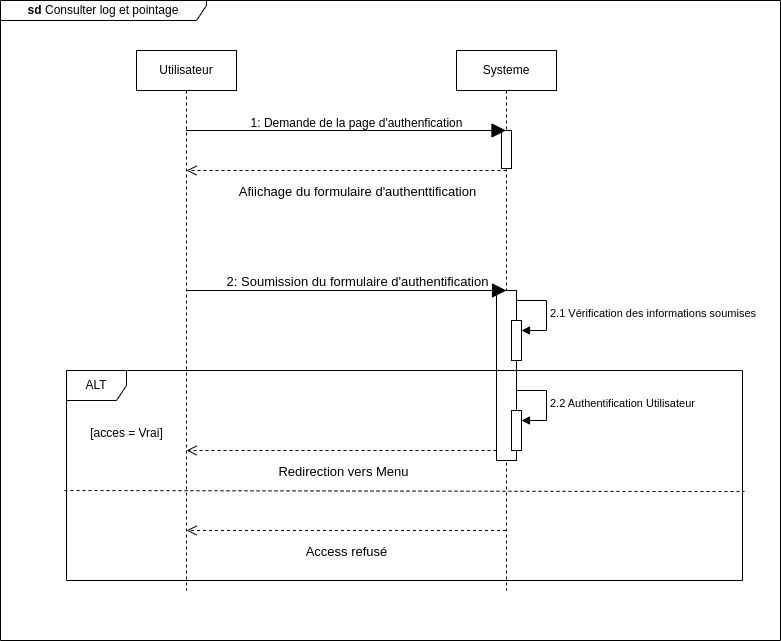
This is static/Diagramme de sequence consulter log et rapport .drawio.png from Siluearsene/borne_biometrique, a draw.io export, as it was before one commit. Source tidied: cells renumbered, new cells last; positions are measured from the earlier drawing's top-left corner, leaving out a move shared by most shapes. The source it was exported from:
```xml
<mxGraphModel>
  <root>
    <mxCell id="0" />
    <mxCell id="1" parent="0" />
    <mxCell id="2" value="&lt;b&gt;sd&lt;/b&gt;&amp;nbsp;Consulter log et pointage" style="shape=umlFrame;whiteSpace=wrap;html=1;width=206;height=20;rounded=0;" parent="1" vertex="1">
      <mxGeometry width="780" height="640" as="geometry" />
    </mxCell>
    <mxCell id="3" value="Utilisateur" style="shape=umlLifeline;perimeter=lifelinePerimeter;whiteSpace=wrap;html=1;newEdgeStyle={&quot;edgeStyle&quot;:&quot;elbowEdgeStyle&quot;,&quot;elbow&quot;:&quot;vertical&quot;,&quot;curved&quot;:0,&quot;rounded&quot;:0};rounded=0;" parent="1" vertex="1">
      <mxGeometry x="136" y="50" width="100" height="540" as="geometry" />
    </mxCell>
    <mxCell id="4" value="Systeme" style="shape=umlLifeline;perimeter=lifelinePerimeter;whiteSpace=wrap;html=1;outlineConnect=0;portConstraint=eastwest;newEdgeStyle={&quot;edgeStyle&quot;:&quot;elbowEdgeStyle&quot;,&quot;elbow&quot;:&quot;vertical&quot;,&quot;curved&quot;:0,&quot;rounded&quot;:0};rounded=0;" parent="1" vertex="1">
      <mxGeometry x="456" y="50" width="100" height="540" as="geometry" />
    </mxCell>
    <mxCell id="5" style="html=1;perimeter=orthogonalPerimeter;targetShapes=umlLifeline;newEdgeStyle={&quot;edgeStyle&quot;:&quot;elbowEdgeStyle&quot;,&quot;elbow&quot;:&quot;vertical&quot;,&quot;curved&quot;:0,&quot;rounded&quot;:0};rounded=0;" parent="4" vertex="1">
      <mxGeometry x="45" y="80" width="10" height="38" as="geometry" />
    </mxCell>
    <mxCell id="6" style="html=1;perimeter=orthogonalPerimeter;targetShapes=umlLifeline;newEdgeStyle={&quot;edgeStyle&quot;:&quot;elbowEdgeStyle&quot;,&quot;elbow&quot;:&quot;vertical&quot;,&quot;curved&quot;:0,&quot;rounded&quot;:0};rounded=0;" parent="4" vertex="1">
      <mxGeometry x="40" y="240" width="20" height="170" as="geometry" />
    </mxCell>
    <mxCell id="7" style="html=1;points=[];perimeter=orthogonalPerimeter;outlineConnect=0;targetShapes=umlLifeline;portConstraint=eastwest;newEdgeStyle={&quot;edgeStyle&quot;:&quot;elbowEdgeStyle&quot;,&quot;elbow&quot;:&quot;vertical&quot;,&quot;curved&quot;:0,&quot;rounded&quot;:0};" parent="4" vertex="1">
      <mxGeometry x="55" y="270" width="10" height="40" as="geometry" />
    </mxCell>
    <mxCell id="8" value="2.1 Vérification des informations soumises" style="html=1;align=left;spacingLeft=2;endArrow=block;rounded=0;edgeStyle=orthogonalEdgeStyle;curved=0;rounded=0;" parent="4" edge="1" target="7">
      <mxGeometry relative="1" as="geometry">
        <mxPoint x="60" y="250" as="sourcePoint" />
        <Array as="points">
          <mxPoint x="90" y="280" />
        </Array>
      </mxGeometry>
    </mxCell>
    <mxCell id="9" style="html=1;points=[];perimeter=orthogonalPerimeter;outlineConnect=0;targetShapes=umlLifeline;portConstraint=eastwest;newEdgeStyle={&quot;edgeStyle&quot;:&quot;elbowEdgeStyle&quot;,&quot;elbow&quot;:&quot;vertical&quot;,&quot;curved&quot;:0,&quot;rounded&quot;:0};" parent="4" vertex="1">
      <mxGeometry x="55" y="360" width="10" height="40" as="geometry" />
    </mxCell>
    <mxCell id="10" value="2.2 Authentification Utilisateur&amp;nbsp;" style="html=1;align=left;spacingLeft=2;endArrow=block;rounded=0;edgeStyle=orthogonalEdgeStyle;curved=0;rounded=0;" parent="4" edge="1" target="9">
      <mxGeometry relative="1" as="geometry">
        <mxPoint x="60" y="340" as="sourcePoint" />
        <Array as="points">
          <mxPoint x="90" y="370" />
        </Array>
      </mxGeometry>
    </mxCell>
    <mxCell id="11" style="endArrow=block;endFill=1;endSize=12;html=1;rounded=0;" parent="1" edge="1">
      <mxGeometry relative="1" as="geometry">
        <mxPoint x="185.5" y="130" as="sourcePoint" />
        <mxPoint x="505.5" y="130" as="targetPoint" />
      </mxGeometry>
    </mxCell>
    <mxCell id="12" style="endArrow=block;endFill=1;endSize=12;html=1;rounded=0;" parent="1" edge="1">
      <mxGeometry relative="1" as="geometry">
        <mxPoint x="186" y="290" as="sourcePoint" />
        <mxPoint x="506" y="290" as="targetPoint" />
      </mxGeometry>
    </mxCell>
    <mxCell id="13" value="&lt;font style=&quot;font-size: 13px;&quot;&gt;2: Soumission du formulaire d'authentification&lt;/font&gt;" style="edgeLabel;html=1;align=center;verticalAlign=middle;rounded=0;" parent="12" vertex="1">
      <mxGeometry x="-0.51" y="2" relative="1" as="geometry">
        <mxPoint x="91" y="-8" as="offset" />
      </mxGeometry>
    </mxCell>
    <mxCell id="14" value="1: Demande de la page d'authenfication" style="text;html=1;align=center;verticalAlign=middle;strokeColor=none;fillColor=none;rounded=0;" parent="1" vertex="1">
      <mxGeometry x="236" y="108" width="240" height="30" as="geometry" />
    </mxCell>
    <mxCell id="15" style="html=1;verticalAlign=bottom;endArrow=open;dashed=1;endSize=8;edgeStyle=elbowEdgeStyle;elbow=vertical;curved=0;rounded=0;" parent="1" edge="1">
      <mxGeometry relative="1" as="geometry">
        <mxPoint x="506" y="170" as="sourcePoint" />
        <mxPoint x="186" y="170" as="targetPoint" />
        <Array as="points">
          <mxPoint x="342.5" y="170" />
        </Array>
      </mxGeometry>
    </mxCell>
    <mxCell id="16" value="&lt;font style=&quot;font-size: 13px;&quot;&gt;Afiichage du formulaire d'authenttification&lt;/font&gt;" style="edgeLabel;html=1;align=center;verticalAlign=middle;rounded=0;" parent="15" vertex="1">
      <mxGeometry x="0.12" y="1" relative="1" as="geometry">
        <mxPoint x="29" y="19" as="offset" />
      </mxGeometry>
    </mxCell>
    <mxCell id="17" value="ALT" style="shape=umlFrame;whiteSpace=wrap;html=1;" parent="1" vertex="1">
      <mxGeometry x="66" y="370" width="676" height="210" as="geometry" />
    </mxCell>
    <mxCell id="18" value="[acces = Vrai]" style="text;html=1;align=center;verticalAlign=middle;strokeColor=none;fillColor=none;" parent="1" vertex="1">
      <mxGeometry x="76" y="418" width="100" height="30" as="geometry" />
    </mxCell>
    <mxCell id="19" style="html=1;verticalAlign=bottom;endArrow=open;dashed=1;endSize=8;edgeStyle=elbowEdgeStyle;elbow=vertical;curved=0;rounded=0;" parent="1" edge="1">
      <mxGeometry relative="1" as="geometry">
        <mxPoint x="496" y="450" as="sourcePoint" />
        <mxPoint x="186" y="450" as="targetPoint" />
        <Array as="points">
          <mxPoint x="332.5" y="450" />
        </Array>
      </mxGeometry>
    </mxCell>
    <mxCell id="20" value="&lt;span style=&quot;font-size: 13px;&quot;&gt;Redirection vers Menu&lt;/span&gt;" style="edgeLabel;html=1;align=center;verticalAlign=middle;rounded=0;" parent="19" vertex="1">
      <mxGeometry x="0.12" y="1" relative="1" as="geometry">
        <mxPoint x="19" y="19" as="offset" />
      </mxGeometry>
    </mxCell>
    <mxCell id="21" style="endArrow=none;html=1;rounded=0;exitX=0;exitY=0.757;exitDx=0;exitDy=0;exitPerimeter=0;dashed=1;" parent="1" edge="1">
      <mxGeometry relative="1" as="geometry">
        <mxPoint x="64" y="490" as="sourcePoint" />
        <mxPoint x="744" y="491" as="targetPoint" />
        <Array as="points">
          <mxPoint x="674" y="491" />
        </Array>
      </mxGeometry>
    </mxCell>
    <mxCell id="22" style="html=1;verticalAlign=bottom;endArrow=open;dashed=1;endSize=8;edgeStyle=elbowEdgeStyle;elbow=vertical;curved=0;rounded=0;" parent="1" edge="1" source="4">
      <mxGeometry relative="1" as="geometry">
        <mxPoint x="186" y="530" as="targetPoint" />
        <Array as="points">
          <mxPoint x="332.5" y="530" />
        </Array>
      </mxGeometry>
    </mxCell>
    <mxCell id="23" value="&lt;span style=&quot;font-size: 13px;&quot;&gt;Access refusé&lt;/span&gt;" style="edgeLabel;html=1;align=center;verticalAlign=middle;rounded=0;" parent="22" vertex="1">
      <mxGeometry x="0.12" y="1" relative="1" as="geometry">
        <mxPoint x="19" y="19" as="offset" />
      </mxGeometry>
    </mxCell>
  </root>
</mxGraphModel>
```
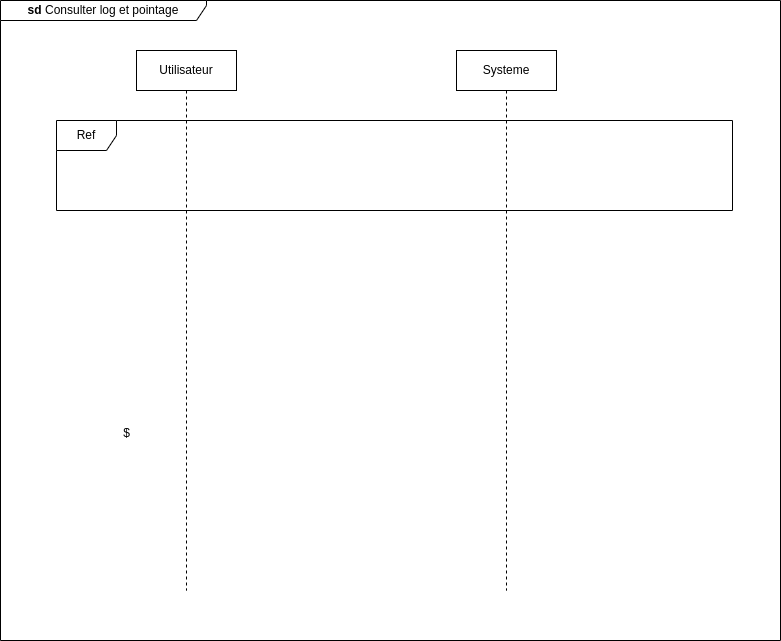
Above is the later version.

Commit message:
Mettre à jour Diagramme de sequence consulter log et rapport .drawio.png

Diff of the diagram source:
```diff
@@ -11,109 +11,11 @@
     <mxCell id="4" value="Systeme" style="shape=umlLifeline;perimeter=lifelinePerimeter;whiteSpace=wrap;html=1;outlineConnect=0;portConstraint=eastwest;newEdgeStyle={&quot;edgeStyle&quot;:&quot;elbowEdgeStyle&quot;,&quot;elbow&quot;:&quot;vertical&quot;,&quot;curved&quot;:0,&quot;rounded&quot;:0};rounded=0;" parent="1" vertex="1">
       <mxGeometry x="456" y="50" width="100" height="540" as="geometry" />
     </mxCell>
-    <mxCell id="5" style="html=1;perimeter=orthogonalPerimeter;targetShapes=umlLifeline;newEdgeStyle={&quot;edgeStyle&quot;:&quot;elbowEdgeStyle&quot;,&quot;elbow&quot;:&quot;vertical&quot;,&quot;curved&quot;:0,&quot;rounded&quot;:0};rounded=0;" parent="4" vertex="1">
-      <mxGeometry x="45" y="80" width="10" height="38" as="geometry" />
-    </mxCell>
-    <mxCell id="6" style="html=1;perimeter=orthogonalPerimeter;targetShapes=umlLifeline;newEdgeStyle={&quot;edgeStyle&quot;:&quot;elbowEdgeStyle&quot;,&quot;elbow&quot;:&quot;vertical&quot;,&quot;curved&quot;:0,&quot;rounded&quot;:0};rounded=0;" parent="4" vertex="1">
-      <mxGeometry x="40" y="240" width="20" height="170" as="geometry" />
-    </mxCell>
-    <mxCell id="7" style="html=1;points=[];perimeter=orthogonalPerimeter;outlineConnect=0;targetShapes=umlLifeline;portConstraint=eastwest;newEdgeStyle={&quot;edgeStyle&quot;:&quot;elbowEdgeStyle&quot;,&quot;elbow&quot;:&quot;vertical&quot;,&quot;curved&quot;:0,&quot;rounded&quot;:0};" parent="4" vertex="1">
-      <mxGeometry x="55" y="270" width="10" height="40" as="geometry" />
-    </mxCell>
-    <mxCell id="8" value="2.1 Vérification des informations soumises" style="html=1;align=left;spacingLeft=2;endArrow=block;rounded=0;edgeStyle=orthogonalEdgeStyle;curved=0;rounded=0;" parent="4" edge="1" target="7">
-      <mxGeometry relative="1" as="geometry">
-        <mxPoint x="60" y="250" as="sourcePoint" />
-        <Array as="points">
-          <mxPoint x="90" y="280" />
-        </Array>
-      </mxGeometry>
-    </mxCell>
-    <mxCell id="9" style="html=1;points=[];perimeter=orthogonalPerimeter;outlineConnect=0;targetShapes=umlLifeline;portConstraint=eastwest;newEdgeStyle={&quot;edgeStyle&quot;:&quot;elbowEdgeStyle&quot;,&quot;elbow&quot;:&quot;vertical&quot;,&quot;curved&quot;:0,&quot;rounded&quot;:0};" parent="4" vertex="1">
-      <mxGeometry x="55" y="360" width="10" height="40" as="geometry" />
-    </mxCell>
-    <mxCell id="10" value="2.2 Authentification Utilisateur&amp;nbsp;" style="html=1;align=left;spacingLeft=2;endArrow=block;rounded=0;edgeStyle=orthogonalEdgeStyle;curved=0;rounded=0;" parent="4" edge="1" target="9">
-      <mxGeometry relative="1" as="geometry">
-        <mxPoint x="60" y="340" as="sourcePoint" />
-        <Array as="points">
-          <mxPoint x="90" y="370" />
-        </Array>
-      </mxGeometry>
-    </mxCell>
-    <mxCell id="11" style="endArrow=block;endFill=1;endSize=12;html=1;rounded=0;" parent="1" edge="1">
-      <mxGeometry relative="1" as="geometry">
-        <mxPoint x="185.5" y="130" as="sourcePoint" />
-        <mxPoint x="505.5" y="130" as="targetPoint" />
-      </mxGeometry>
-    </mxCell>
-    <mxCell id="12" style="endArrow=block;endFill=1;endSize=12;html=1;rounded=0;" parent="1" edge="1">
-      <mxGeometry relative="1" as="geometry">
-        <mxPoint x="186" y="290" as="sourcePoint" />
-        <mxPoint x="506" y="290" as="targetPoint" />
-      </mxGeometry>
-    </mxCell>
-    <mxCell id="13" value="&lt;font style=&quot;font-size: 13px;&quot;&gt;2: Soumission du formulaire d'authentification&lt;/font&gt;" style="edgeLabel;html=1;align=center;verticalAlign=middle;rounded=0;" parent="12" vertex="1">
-      <mxGeometry x="-0.51" y="2" relative="1" as="geometry">
-        <mxPoint x="91" y="-8" as="offset" />
-      </mxGeometry>
-    </mxCell>
-    <mxCell id="14" value="1: Demande de la page d'authenfication" style="text;html=1;align=center;verticalAlign=middle;strokeColor=none;fillColor=none;rounded=0;" parent="1" vertex="1">
-      <mxGeometry x="236" y="108" width="240" height="30" as="geometry" />
-    </mxCell>
-    <mxCell id="15" style="html=1;verticalAlign=bottom;endArrow=open;dashed=1;endSize=8;edgeStyle=elbowEdgeStyle;elbow=vertical;curved=0;rounded=0;" parent="1" edge="1">
-      <mxGeometry relative="1" as="geometry">
-        <mxPoint x="506" y="170" as="sourcePoint" />
-        <mxPoint x="186" y="170" as="targetPoint" />
-        <Array as="points">
-          <mxPoint x="342.5" y="170" />
-        </Array>
-      </mxGeometry>
-    </mxCell>
-    <mxCell id="16" value="&lt;font style=&quot;font-size: 13px;&quot;&gt;Afiichage du formulaire d'authenttification&lt;/font&gt;" style="edgeLabel;html=1;align=center;verticalAlign=middle;rounded=0;" parent="15" vertex="1">
-      <mxGeometry x="0.12" y="1" relative="1" as="geometry">
-        <mxPoint x="29" y="19" as="offset" />
-      </mxGeometry>
-    </mxCell>
-    <mxCell id="17" value="ALT" style="shape=umlFrame;whiteSpace=wrap;html=1;" parent="1" vertex="1">
-      <mxGeometry x="66" y="370" width="676" height="210" as="geometry" />
+    <mxCell id="17" value="Ref" style="shape=umlFrame;whiteSpace=wrap;html=1;" parent="1" vertex="1">
+      <mxGeometry x="56" y="120" width="676" height="90" as="geometry" />
     </mxCell>
-    <mxCell id="18" value="[acces = Vrai]" style="text;html=1;align=center;verticalAlign=middle;strokeColor=none;fillColor=none;" parent="1" vertex="1">
-      <mxGeometry x="76" y="418" width="100" height="30" as="geometry" />
+    <mxCell id="18" value="$" style="text;html=1;align=center;verticalAlign=middle;strokeColor=none;fillColor=none;" parent="1" vertex="1">
+      <mxGeometry x="111" y="418" width="30" height="30" as="geometry" />
     </mxCell>
-    <mxCell id="19" style="html=1;verticalAlign=bottom;endArrow=open;dashed=1;endSize=8;edgeStyle=elbowEdgeStyle;elbow=vertical;curved=0;rounded=0;" parent="1" edge="1">
-      <mxGeometry relative="1" as="geometry">
-        <mxPoint x="496" y="450" as="sourcePoint" />
-        <mxPoint x="186" y="450" as="targetPoint" />
-        <Array as="points">
-          <mxPoint x="332.5" y="450" />
-        </Array>
-      </mxGeometry>
-    </mxCell>
-    <mxCell id="20" value="&lt;span style=&quot;font-size: 13px;&quot;&gt;Redirection vers Menu&lt;/span&gt;" style="edgeLabel;html=1;align=center;verticalAlign=middle;rounded=0;" parent="19" vertex="1">
-      <mxGeometry x="0.12" y="1" relative="1" as="geometry">
-        <mxPoint x="19" y="19" as="offset" />
-      </mxGeometry>
-    </mxCell>
-    <mxCell id="21" style="endArrow=none;html=1;rounded=0;exitX=0;exitY=0.757;exitDx=0;exitDy=0;exitPerimeter=0;dashed=1;" parent="1" edge="1">
-      <mxGeometry relative="1" as="geometry">
-        <mxPoint x="64" y="490" as="sourcePoint" />
-        <mxPoint x="744" y="491" as="targetPoint" />
-        <Array as="points">
-          <mxPoint x="674" y="491" />
-        </Array>
-      </mxGeometry>
-    </mxCell>
-    <mxCell id="22" style="html=1;verticalAlign=bottom;endArrow=open;dashed=1;endSize=8;edgeStyle=elbowEdgeStyle;elbow=vertical;curved=0;rounded=0;" parent="1" edge="1" source="4">
-      <mxGeometry relative="1" as="geometry">
-        <mxPoint x="186" y="530" as="targetPoint" />
-        <Array as="points">
-          <mxPoint x="332.5" y="530" />
-        </Array>
-      </mxGeometry>
-    </mxCell>
-    <mxCell id="23" value="&lt;span style=&quot;font-size: 13px;&quot;&gt;Access refusé&lt;/span&gt;" style="edgeLabel;html=1;align=center;verticalAlign=middle;rounded=0;" parent="22" vertex="1">
-      <mxGeometry x="0.12" y="1" relative="1" as="geometry">
-        <mxPoint x="19" y="19" as="offset" />
-      </mxGeometry>
-    </mxCell>
   </root>
 </mxGraphModel>
```
